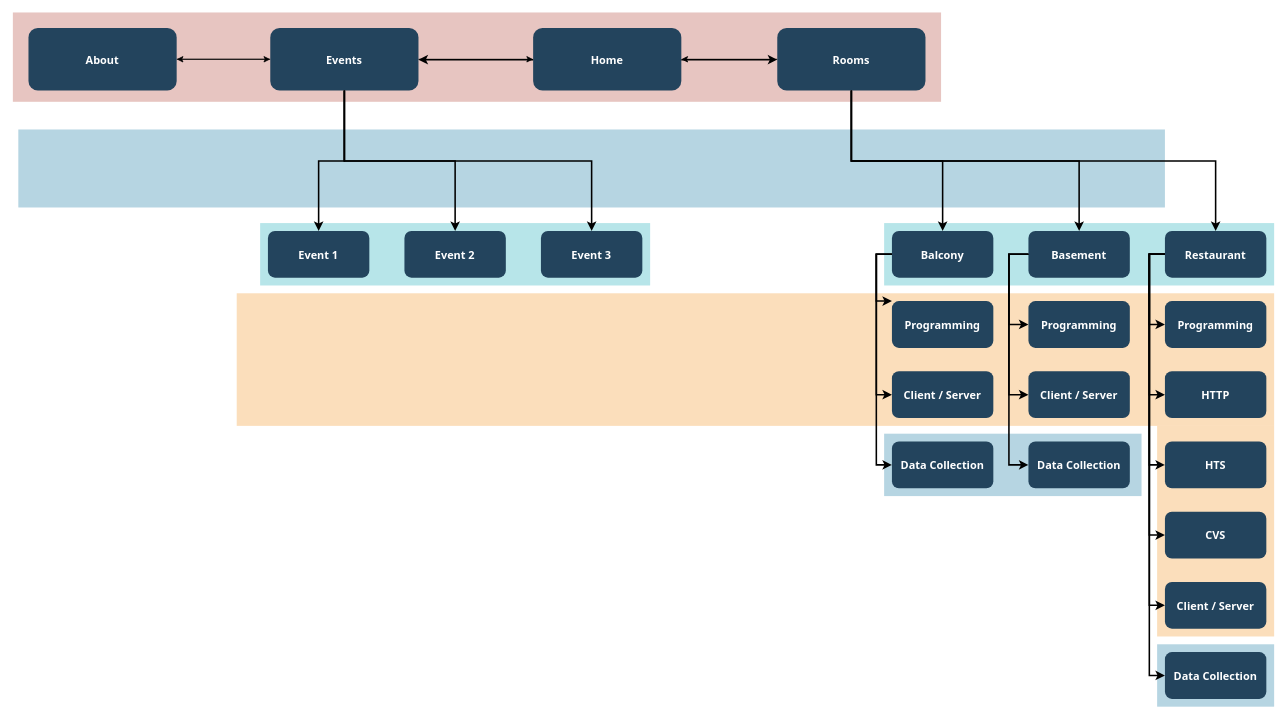
The draw.io diagram Teahouse_Site_Map.drawio in jxcarlat/TeaHouse, before the edit. Source tidied: cells renumbered, new cells numbered last; positions are measured from the earlier drawing's top-left corner, leaving out a move shared by most shapes. Both pictures are drawn from the tidied source at 78%, with x=0, y=0 at pixel (12, 12).
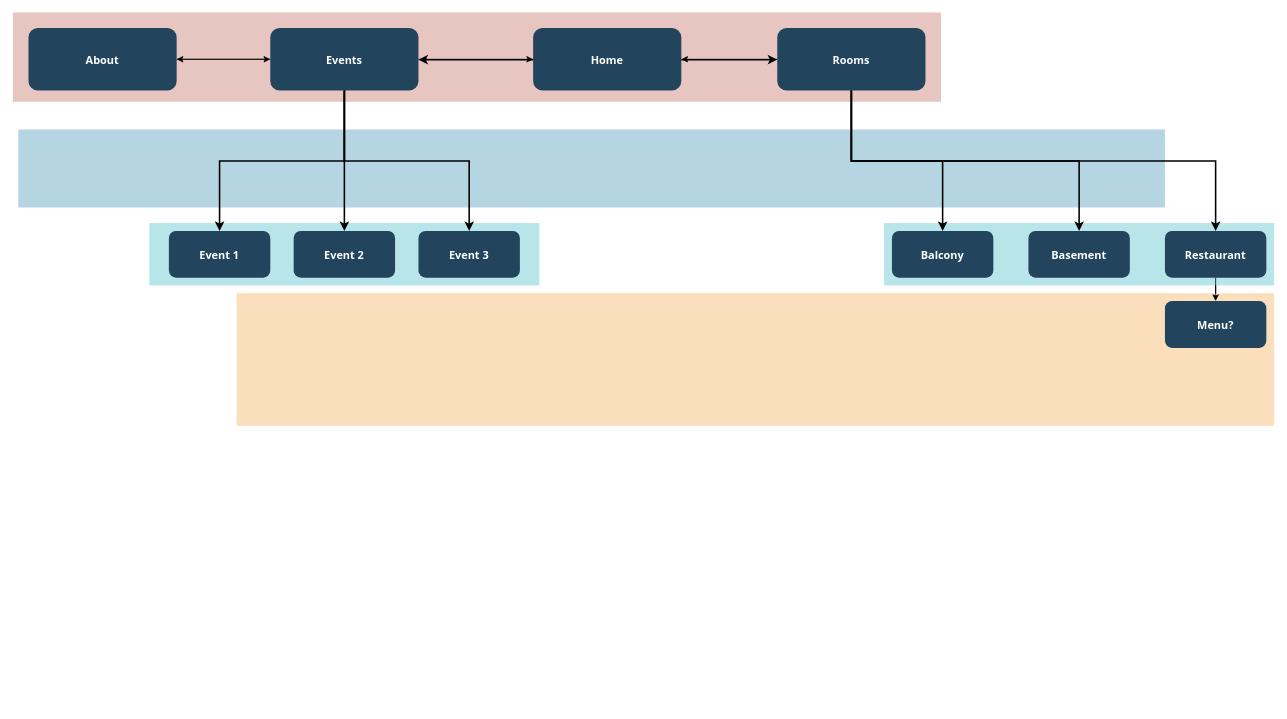
Above is the later version.

Unchanged cells that the change refers to:
```xml
<mxCell id="22" value="Balcony" style="rounded=1;fillColor=#23445D;gradientColor=none;strokeColor=none;fontColor=#FFFFFF;fontStyle=1;fontFamily=Tahoma;fontSize=14;" parent="1" vertex="1">
  <mxGeometry x="1127" y="279.5" width="130" height="60" as="geometry" />
</mxCell>
<mxCell id="26" value="Basement" style="rounded=1;fillColor=#23445D;gradientColor=none;strokeColor=none;fontColor=#FFFFFF;fontStyle=1;fontFamily=Tahoma;fontSize=14;" parent="1" vertex="1">
  <mxGeometry x="1302" y="279.5" width="130" height="60" as="geometry" />
</mxCell>
<mxCell id="30" value="Restaurant" style="rounded=1;fillColor=#23445D;gradientColor=none;strokeColor=none;fontColor=#FFFFFF;fontStyle=1;fontFamily=Tahoma;fontSize=14;" parent="1" vertex="1">
  <mxGeometry x="1477" y="279.5" width="130" height="60" as="geometry" />
</mxCell>
```

What changed in the source:
```diff
@@
-    <mxCell id="4" style="fillColor=#F2931E;strokeColor=none;opacity=30;" parent="1" vertex="1">
-      <mxGeometry x="1467" y="529.5" width="150" height="270" as="geometry" />
-    </mxCell>
@@
-    <mxCell id="6" style="fillColor=#10739E;strokeColor=none;opacity=30;" parent="1" vertex="1">
-      <mxGeometry x="1467" y="809.5" width="150" height="80" as="geometry" />
-    </mxCell>
-    <mxCell id="7" style="fillColor=#10739E;strokeColor=none;opacity=30;" parent="1" vertex="1">
-      <mxGeometry x="1117" y="539.5" width="330" height="80" as="geometry" />
-    </mxCell>
@@
     <mxCell id="9" style="fillColor=#12AAB5;strokeColor=none;opacity=30;" parent="1" vertex="1">
-      <mxGeometry x="317" y="269.5" width="500" height="80" as="geometry" />
+      <mxGeometry x="175" y="269.5" width="500" height="80" as="geometry" />
     </mxCell>
@@
     <mxCell id="19" value="Event 1" style="rounded=1;fillColor=#23445D;gradientColor=none;strokeColor=none;fontColor=#FFFFFF;fontStyle=1;fontFamily=Tahoma;fontSize=14;" parent="1" vertex="1">
-      <mxGeometry x="327" y="279.5" width="130" height="60" as="geometry" />
+      <mxGeometry x="200" y="279.5" width="130" height="60" as="geometry" />
     </mxCell>
     <mxCell id="20" value="Event 2" style="rounded=1;fillColor=#23445D;gradientColor=none;strokeColor=none;fontColor=#FFFFFF;fontStyle=1;fontFamily=Tahoma;fontSize=14;" parent="1" vertex="1">
-      <mxGeometry x="502" y="279.5" width="130" height="60" as="geometry" />
+      <mxGeometry x="360" y="279.5" width="130" height="60" as="geometry" />
     </mxCell>
     <mxCell id="21" value="Event 3" style="rounded=1;fillColor=#23445D;gradientColor=none;strokeColor=none;fontColor=#FFFFFF;fontStyle=1;fontFamily=Tahoma;fontSize=14;" parent="1" vertex="1">
-      <mxGeometry x="677" y="279.5" width="130" height="60" as="geometry" />
+      <mxGeometry x="520" y="279.5" width="130" height="60" as="geometry" />
     </mxCell>
@@
-    <mxCell id="23" value="Programming" style="rounded=1;fillColor=#23445D;gradientColor=none;strokeColor=none;fontColor=#FFFFFF;fontStyle=1;fontFamily=Tahoma;fontSize=14;" parent="1" vertex="1">
-      <mxGeometry x="1127" y="369.5" width="130" height="60" as="geometry" />
-    </mxCell>
-    <mxCell id="24" value="Client / Server" style="rounded=1;fillColor=#23445D;gradientColor=none;strokeColor=none;fontColor=#FFFFFF;fontStyle=1;fontFamily=Tahoma;fontSize=14;" parent="1" vertex="1">
-      <mxGeometry x="1127" y="459.5" width="130" height="60" as="geometry" />
-    </mxCell>
-    <mxCell id="25" value="Data Collection" style="rounded=1;fillColor=#23445D;gradientColor=none;strokeColor=none;fontColor=#FFFFFF;fontStyle=1;fontFamily=Tahoma;fontSize=14;" parent="1" vertex="1">
-      <mxGeometry x="1127" y="549.5" width="130" height="60" as="geometry" />
-    </mxCell>
@@
-    <mxCell id="27" value="Programming" style="rounded=1;fillColor=#23445D;gradientColor=none;strokeColor=none;fontColor=#FFFFFF;fontStyle=1;fontFamily=Tahoma;fontSize=14;" parent="1" vertex="1">
-      <mxGeometry x="1302" y="369.5" width="130" height="60" as="geometry" />
-    </mxCell>
-    <mxCell id="28" value="Client / Server" style="rounded=1;fillColor=#23445D;gradientColor=none;strokeColor=none;fontColor=#FFFFFF;fontStyle=1;fontFamily=Tahoma;fontSize=14;" parent="1" vertex="1">
-      <mxGeometry x="1302" y="459.5" width="130" height="60" as="geometry" />
-    </mxCell>
-    <mxCell id="29" value="Data Collection" style="rounded=1;fillColor=#23445D;gradientColor=none;strokeColor=none;fontColor=#FFFFFF;fontStyle=1;fontFamily=Tahoma;fontSize=14;" parent="1" vertex="1">
-      <mxGeometry x="1302" y="549.5" width="130" height="60" as="geometry" />
-    </mxCell>
+    <mxCell id="44" style="edgeStyle=orthogonalEdgeStyle;rounded=0;jettySize=auto;html=1;entryX=0.5;entryY=0;entryDx=0;entryDy=0;" parent="1" edge="1" source="30" target="31">
+      <mxGeometry relative="1" as="geometry" />
+    </mxCell>
@@
-    <mxCell id="31" value="Programming" style="rounded=1;fillColor=#23445D;gradientColor=none;strokeColor=none;fontColor=#FFFFFF;fontStyle=1;fontFamily=Tahoma;fontSize=14;" parent="1" vertex="1">
+    <mxCell id="31" value="Menu?" style="rounded=1;fillColor=#23445D;gradientColor=none;strokeColor=none;fontColor=#FFFFFF;fontStyle=1;fontFamily=Tahoma;fontSize=14;" parent="1" vertex="1">
       <mxGeometry x="1477" y="369.5" width="130" height="60" as="geometry" />
     </mxCell>
-    <mxCell id="32" value="HTTP" style="rounded=1;fillColor=#23445D;gradientColor=none;strokeColor=none;fontColor=#FFFFFF;fontStyle=1;fontFamily=Tahoma;fontSize=14;" parent="1" vertex="1">
-      <mxGeometry x="1477" y="459.5" width="130" height="60" as="geometry" />
-    </mxCell>
-    <mxCell id="33" value="HTS" style="rounded=1;fillColor=#23445D;gradientColor=none;strokeColor=none;fontColor=#FFFFFF;fontStyle=1;fontFamily=Tahoma;fontSize=14;" parent="1" vertex="1">
-      <mxGeometry x="1477" y="549.5" width="130" height="60" as="geometry" />
-    </mxCell>
-    <mxCell id="34" value="CVS" style="rounded=1;fillColor=#23445D;gradientColor=none;strokeColor=none;fontColor=#FFFFFF;fontStyle=1;fontFamily=Tahoma;fontSize=14;" parent="1" vertex="1">
-      <mxGeometry x="1477" y="639.5" width="130" height="60" as="geometry" />
-    </mxCell>
-    <mxCell id="35" value="Client / Server" style="rounded=1;fillColor=#23445D;gradientColor=none;strokeColor=none;fontColor=#FFFFFF;fontStyle=1;fontFamily=Tahoma;fontSize=14;" parent="1" vertex="1">
-      <mxGeometry x="1477" y="729.5" width="130" height="60" as="geometry" />
-    </mxCell>
-    <mxCell id="36" value="Data Collection" style="rounded=1;fillColor=#23445D;gradientColor=none;strokeColor=none;fontColor=#FFFFFF;fontStyle=1;fontFamily=Tahoma;fontSize=14;" parent="1" vertex="1">
-      <mxGeometry x="1477" y="819.5" width="130" height="60" as="geometry" />
-    </mxCell>
@@
-    <mxCell id="38" style="edgeStyle=elbowEdgeStyle;elbow=horizontal;strokeWidth=2;rounded=0;" parent="1" edge="1" source="22" target="23">
-      <mxGeometry x="-23" y="135.5" as="geometry">
-        <Array as="points">
-          <mxPoint x="1107" y="369.5" />
-        </Array>
-      </mxGeometry>
-    </mxCell>
-    <mxCell id="39" style="edgeStyle=elbowEdgeStyle;elbow=horizontal;strokeWidth=2;rounded=0;" parent="1" edge="1" source="22" target="24">
-      <mxGeometry x="-23" y="135.5" as="geometry">
-        <Array as="points">
-          <mxPoint x="1107" y="399.5" />
-        </Array>
-      </mxGeometry>
-    </mxCell>
-    <mxCell id="40" style="edgeStyle=elbowEdgeStyle;elbow=horizontal;strokeWidth=2;rounded=0;" parent="1" edge="1" source="22" target="25">
-      <mxGeometry x="-23" y="135.5" as="geometry">
-        <Array as="points">
-          <mxPoint x="1107" y="449.5" />
-        </Array>
-      </mxGeometry>
-    </mxCell>
-    <mxCell id="41" style="edgeStyle=elbowEdgeStyle;elbow=horizontal;strokeWidth=2;rounded=0;" parent="1" edge="1" source="26" target="27">
-      <mxGeometry x="-23" y="135.5" as="geometry">
-        <Array as="points">
-          <mxPoint x="1277" y="359.5" />
-        </Array>
-      </mxGeometry>
-    </mxCell>
-    <mxCell id="42" style="edgeStyle=elbowEdgeStyle;elbow=horizontal;strokeWidth=2;rounded=0;" parent="1" edge="1" source="26" target="28">
-      <mxGeometry x="-23" y="135.5" as="geometry">
-        <Array as="points">
-          <mxPoint x="1277" y="419.5" />
-        </Array>
-      </mxGeometry>
-    </mxCell>
-    <mxCell id="43" style="edgeStyle=elbowEdgeStyle;elbow=horizontal;strokeWidth=2;rounded=0;" parent="1" edge="1" source="26" target="29">
-      <mxGeometry x="-23" y="135.5" as="geometry">
-        <Array as="points">
-          <mxPoint x="1277" y="449.5" />
-        </Array>
-      </mxGeometry>
-    </mxCell>
-    <mxCell id="44" style="edgeStyle=elbowEdgeStyle;elbow=horizontal;strokeWidth=2;rounded=0;" parent="1" edge="1" source="30" target="31">
-      <mxGeometry x="-23" y="135.5" as="geometry">
-        <Array as="points">
-          <mxPoint x="1457" y="359.5" />
-        </Array>
-      </mxGeometry>
-    </mxCell>
-    <mxCell id="45" style="edgeStyle=elbowEdgeStyle;elbow=horizontal;strokeWidth=2;rounded=0;" parent="1" edge="1" source="30" target="32">
-      <mxGeometry x="-23" y="135.5" as="geometry">
-        <Array as="points">
-          <mxPoint x="1457" y="399.5" />
-        </Array>
-      </mxGeometry>
-    </mxCell>
-    <mxCell id="46" style="edgeStyle=elbowEdgeStyle;elbow=horizontal;strokeWidth=2;rounded=0;" parent="1" edge="1" source="30" target="33">
-      <mxGeometry x="-23" y="135.5" as="geometry">
-        <Array as="points">
-          <mxPoint x="1457" y="449.5" />
-        </Array>
-      </mxGeometry>
-    </mxCell>
-    <mxCell id="47" style="edgeStyle=elbowEdgeStyle;elbow=horizontal;strokeWidth=2;rounded=0;" parent="1" edge="1" source="30" target="34">
-      <mxGeometry x="-23" y="135.5" as="geometry">
-        <Array as="points">
-          <mxPoint x="1457" y="499.5" />
-        </Array>
-      </mxGeometry>
-    </mxCell>
-    <mxCell id="48" style="edgeStyle=elbowEdgeStyle;elbow=horizontal;strokeWidth=2;rounded=0;" parent="1" edge="1" source="30" target="35">
-      <mxGeometry x="-23" y="135.5" as="geometry">
-        <Array as="points">
-          <mxPoint x="1457" y="549.5" />
-        </Array>
-      </mxGeometry>
-    </mxCell>
-    <mxCell id="49" style="edgeStyle=elbowEdgeStyle;elbow=horizontal;strokeWidth=2;rounded=0;" parent="1" edge="1" source="30" target="36">
-      <mxGeometry x="-23" y="135.5" as="geometry">
-        <Array as="points">
-          <mxPoint x="1457" y="589.5" />
-        </Array>
-      </mxGeometry>
-    </mxCell>
```
